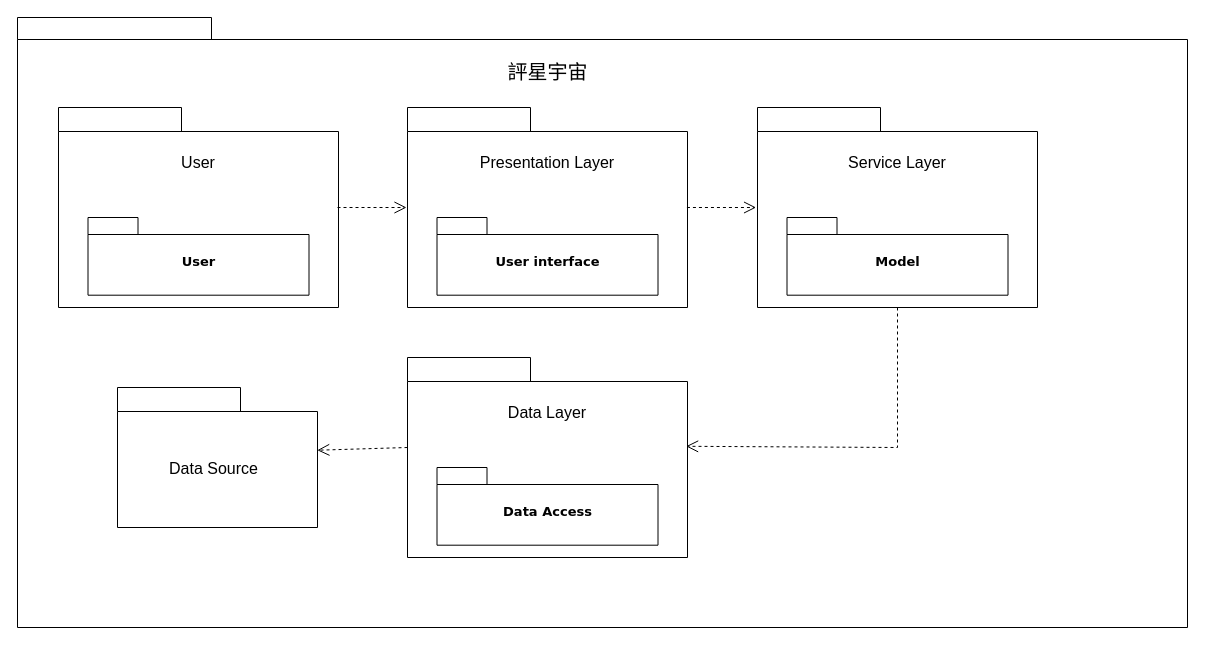
Earlier version of the draw.io diagram 文件資料/物件導向分析/套件圖.drawio (Cuddles-Yu/ntub-coding). Source tidied: cells renumbered, new cells numbered last; positions are measured from the earlier drawing's top-left corner, leaving out a move shared by most shapes. Both pictures are drawn from the tidied source at 100%, with x=0, y=0 at pixel (17, 17).
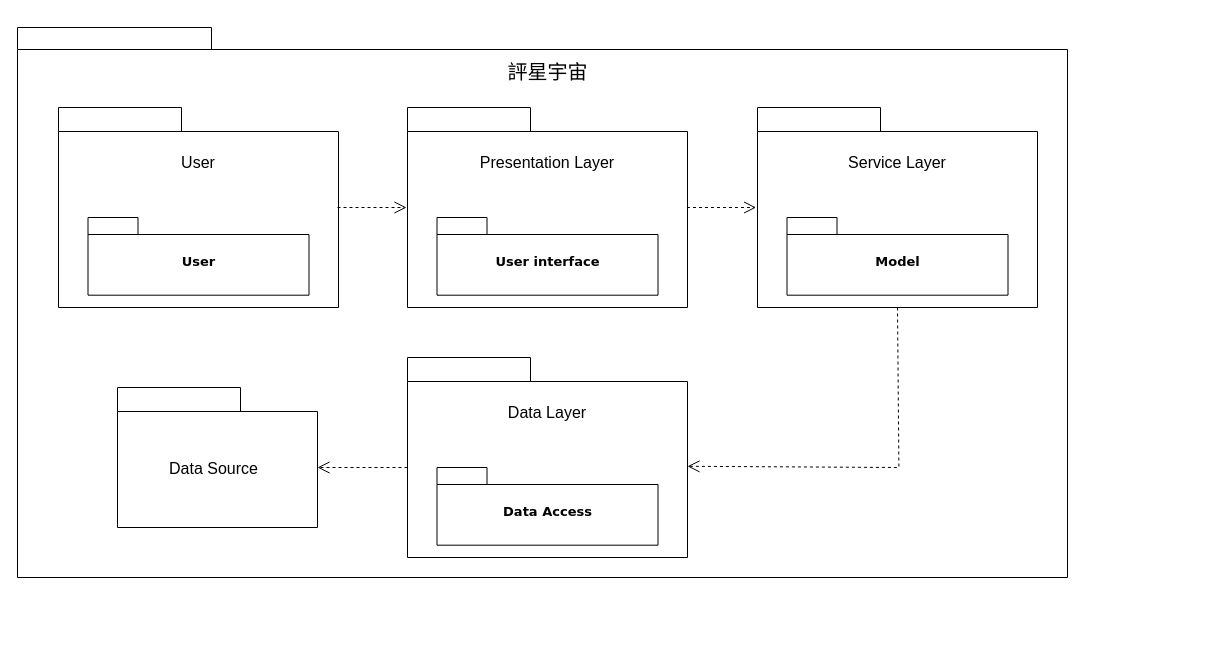
The same page after the edit.

Unchanged cells that the change refers to:
```xml
<mxCell id="14" style="shape=folder;fontStyle=1;spacingTop=10;tabWidth=123;tabHeight=24;tabPosition=left;html=1;rounded=0;shadow=0;comic=0;labelBackgroundColor=none;strokeWidth=1;fontFamily=Verdana;fontSize=10;align=center;" parent="13" vertex="1">
  <mxGeometry width="280" height="200" as="geometry" />
</mxCell>
<mxCell id="20" style="shape=folder;fontStyle=1;spacingTop=10;tabWidth=123;tabHeight=24;tabPosition=left;html=1;rounded=0;shadow=0;comic=0;labelBackgroundColor=none;strokeWidth=1;fontFamily=Verdana;fontSize=10;align=center;" parent="19" vertex="1">
  <mxGeometry width="280" height="200" as="geometry" />
</mxCell>
<mxCell id="24" style="shape=folder;fontStyle=1;spacingTop=10;tabWidth=123;tabHeight=24;tabPosition=left;html=1;rounded=0;shadow=0;comic=0;labelBackgroundColor=none;strokeWidth=1;fontFamily=Verdana;fontSize=10;align=center;" parent="23" vertex="1">
  <mxGeometry width="200" height="140" as="geometry" />
</mxCell>
```

The edit, as a diff of the source:
```diff
@@
     <mxCell id="2" style="shape=folder;fontStyle=1;spacingTop=10;tabWidth=194;tabHeight=22;tabPosition=left;html=1;rounded=0;shadow=0;comic=0;labelBackgroundColor=none;strokeWidth=1;fillColor=none;fontFamily=Verdana;fontSize=10;align=center;" parent="1" vertex="1">
-      <mxGeometry width="1170" height="610" as="geometry" />
+      <mxGeometry y="10" width="1050" height="550" as="geometry" />
     </mxCell>
@@
-    <mxCell id="18" style="edgeStyle=none;rounded=0;html=1;dashed=1;labelBackgroundColor=none;startFill=0;endArrow=open;endFill=0;endSize=10;fontFamily=Verdana;fontSize=10;entryX=0.995;entryY=0.444;entryDx=0;entryDy=0;entryPerimeter=0;" parent="1" edge="1" target="20">
+    <mxCell id="18" style="edgeStyle=none;rounded=0;html=1;dashed=1;labelBackgroundColor=none;startFill=0;endArrow=open;endFill=0;endSize=10;fontFamily=Verdana;fontSize=10;entryX=0.995;entryY=0.444;entryDx=0;entryDy=0;entryPerimeter=0;exitX=0.5;exitY=1;exitDx=0;exitDy=0;exitPerimeter=0;" parent="1" edge="1" source="14">
       <mxGeometry relative="1" as="geometry">
-        <mxPoint x="880" y="290" as="sourcePoint" />
+        <mxPoint x="670" y="448.8" as="targetPoint" />
         <Array as="points">
-          <mxPoint x="880" y="430" />
+          <mxPoint x="881.4" y="450" />
         </Array>
       </mxGeometry>
     </mxCell>
@@
-    <mxCell id="26" style="edgeStyle=none;rounded=0;html=1;dashed=1;labelBackgroundColor=none;startFill=0;endArrow=open;endFill=0;endSize=10;fontFamily=Verdana;fontSize=10;entryX=0.999;entryY=0.448;entryDx=0;entryDy=0;entryPerimeter=0;" parent="1" edge="1" target="24">
+    <mxCell id="26" style="edgeStyle=none;rounded=0;html=1;dashed=1;labelBackgroundColor=none;startFill=0;endArrow=open;endFill=0;endSize=10;fontFamily=Verdana;fontSize=10;" parent="1" edge="1">
       <mxGeometry relative="1" as="geometry">
-        <mxPoint x="390" y="430" as="sourcePoint" />
+        <mxPoint x="390" y="450" as="sourcePoint" />
+        <mxPoint x="300" y="450" as="targetPoint" />
       </mxGeometry>
     </mxCell>
```
